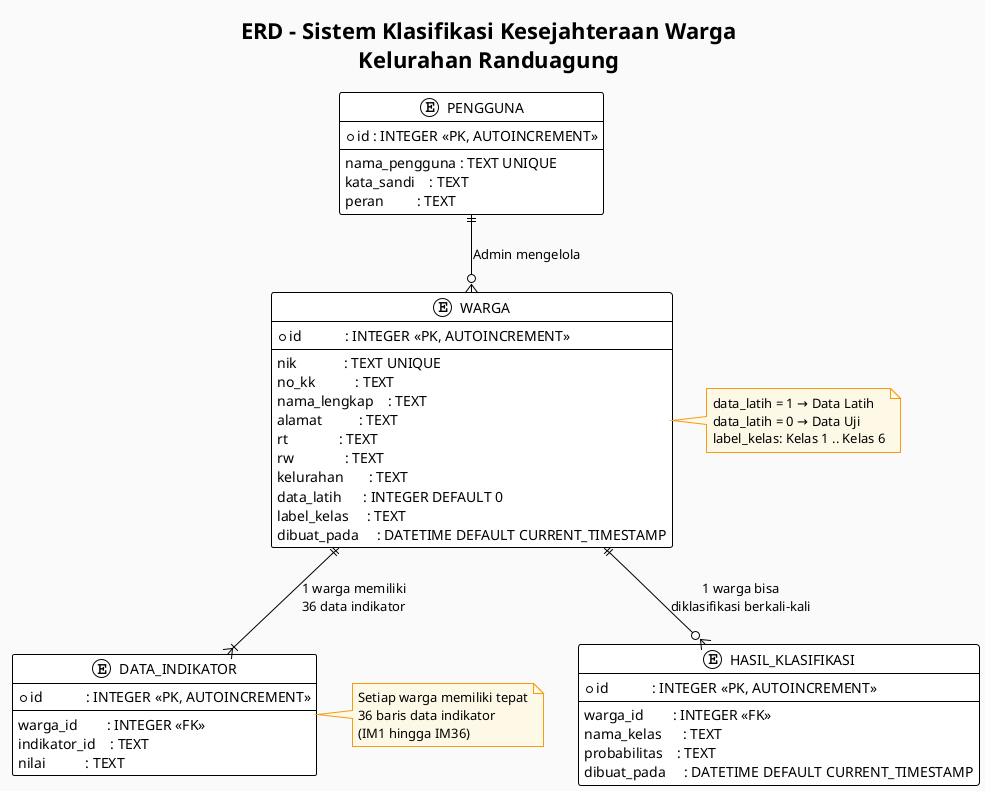
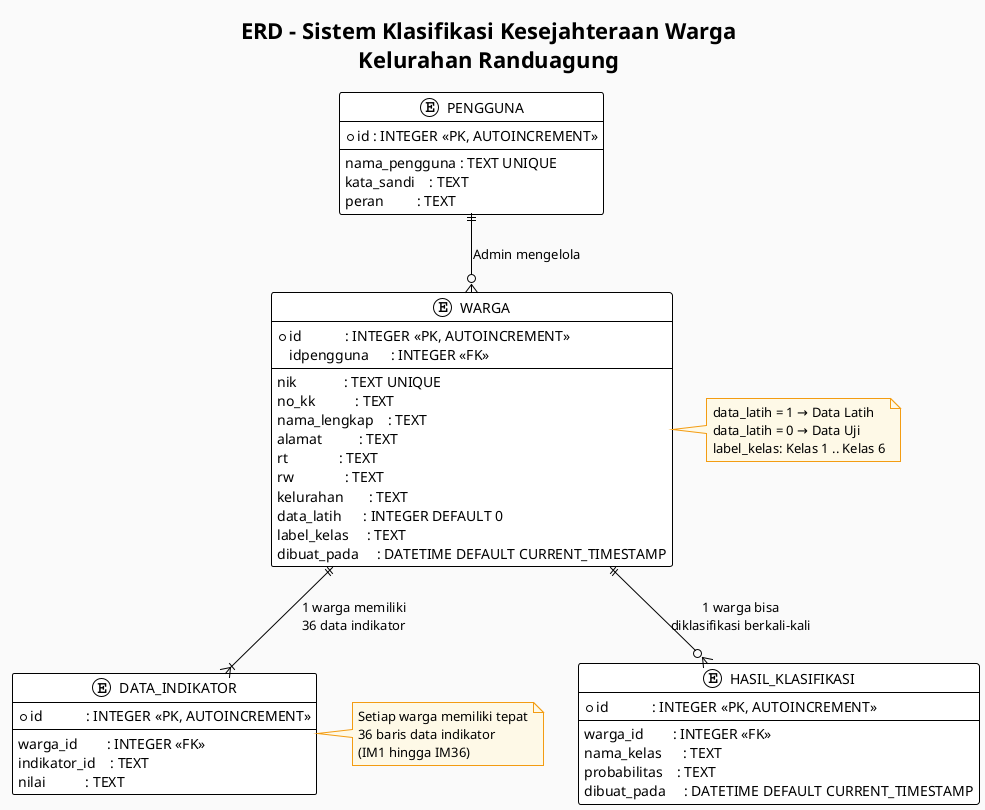
@startuml ERD_Kesejahteraan_Warga
!theme plain
skinparam backgroundColor #FAFAFA
skinparam entity {
    BackgroundColor #D6EAF8
    BorderColor #2E86C1
    FontSize 12
    FontStyle bold
}
skinparam note {
    BackgroundColor #FEF9E7
    BorderColor #F39C12
}

title ERD - Sistem Klasifikasi Kesejahteraan Warga\nKelurahan Randuagung

entity "PENGGUNA" as pengguna {
    * id : INTEGER <<PK, AUTOINCREMENT>>
    --
    nama_pengguna : TEXT UNIQUE
    kata_sandi    : TEXT
    peran         : TEXT
    ' Nilai: Admin
}

entity "WARGA" as warga {
    * id            : INTEGER <<PK, AUTOINCREMENT>>
+     idpengguna      : INTEGER <<FK>>
    --
    nik             : TEXT UNIQUE
    no_kk           : TEXT
    nama_lengkap    : TEXT
    alamat          : TEXT
    rt              : TEXT
    rw              : TEXT
    kelurahan       : TEXT
    data_latih      : INTEGER DEFAULT 0
    ' 0 = Data Uji (belum diketahui kelasnya)
    ' 1 = Data Latih (sudah diketahui kelasnya)
    label_kelas     : TEXT
    ' Kelas 1 s.d. Kelas 6
    dibuat_pada     : DATETIME DEFAULT CURRENT_TIMESTAMP
}

entity "DATA_INDIKATOR" as indikator {
    * id            : INTEGER <<PK, AUTOINCREMENT>>
    --
    warga_id        : INTEGER <<FK>>
    indikator_id    : TEXT
    ' Kode indikator: IM1, IM2, ..., IM36
    nilai           : TEXT
    ' Jawaban pilihan: A / B / C / D
}

entity "HASIL_KLASIFIKASI" as hasil {
    * id            : INTEGER <<PK, AUTOINCREMENT>>
    --
    warga_id        : INTEGER <<FK>>
    nama_kelas      : TEXT
    ' Contoh: Miskin, Hampir Miskin, dst.
    probabilitas    : TEXT
    ' Format JSON - 6 nilai peluang (Kelas 1-6)
    dibuat_pada     : DATETIME DEFAULT CURRENT_TIMESTAMP
}

note right of warga
    data_latih = 1 → Data Latih
    data_latih = 0 → Data Uji
    label_kelas: Kelas 1 .. Kelas 6
end note

note right of indikator
    Setiap warga memiliki tepat
    36 baris data indikator
    (IM1 hingga IM36)
end note

pengguna ||--o{ warga      : "Admin mengelola"
warga    ||--|{ indikator  : "1 warga memiliki\n36 data indikator"
warga    ||--o{ hasil      : "1 warga bisa\ndiklasifikasi berkali-kali"

@enduml
